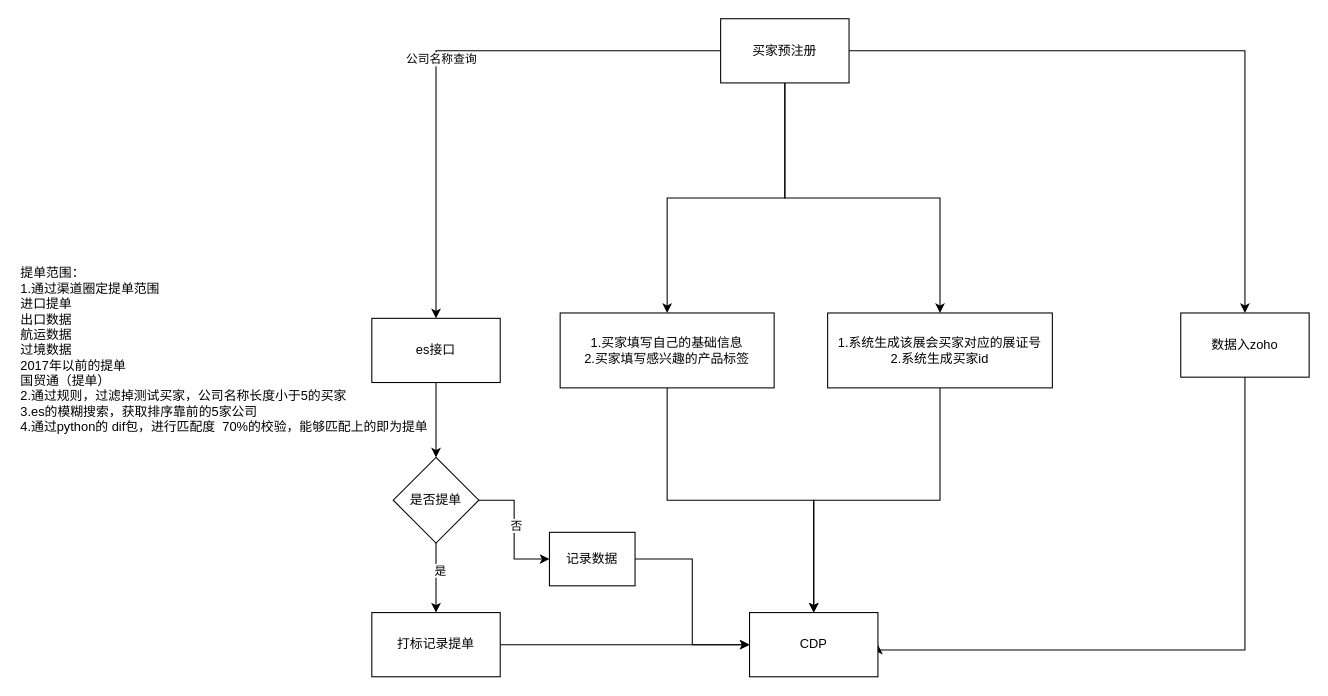
Above: 预注册.drawio in HLSO6/draw (draw.io), before the change. Source tidied: cells renumbered, new cells numbered last; positions are measured from the earlier drawing's top-left corner, leaving out a move shared by most shapes. Both pictures are drawn from the tidied source at 107%, with x=0, y=0 at pixel (18, 18).
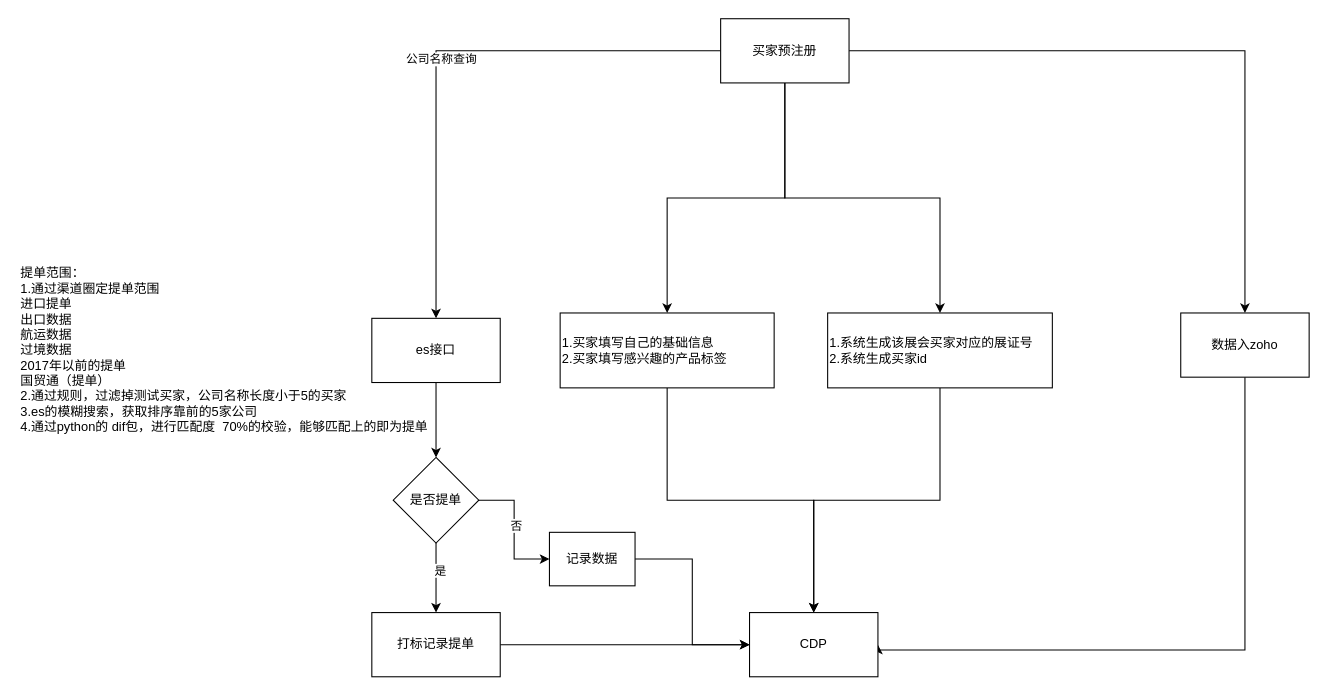
After the change.

Commit message (it also covers changes not shown here):
更新预注册.drawio

Diff of the diagram source:
```diff
@@
-    <mxCell id="19" value="1.买家填写自己的基础信息&lt;br&gt;2.买家填写感兴趣的产品标签" style="whiteSpace=wrap;html=1;rounded=0;" parent="1" vertex="1">
+    <mxCell id="19" value="1.买家填写自己的基础信息&lt;br&gt;2.买家填写感兴趣的产品标签" style="whiteSpace=wrap;html=1;rounded=0;align=left;" parent="1" vertex="1">
       <mxGeometry x="506" y="275" width="200" height="70" as="geometry" />
     </mxCell>
@@
-    <mxCell id="21" value="1.系统生成该展会买家对应的展证号&lt;br&gt;2.系统生成买家id" style="rounded=0;whiteSpace=wrap;html=1;" parent="1" vertex="1">
+    <mxCell id="21" value="1.系统生成该展会买家对应的展证号&lt;br&gt;2.系统生成买家id" style="rounded=0;whiteSpace=wrap;html=1;align=left;" parent="1" vertex="1">
       <mxGeometry x="756" y="275" width="210" height="70" as="geometry" />
     </mxCell>
```
